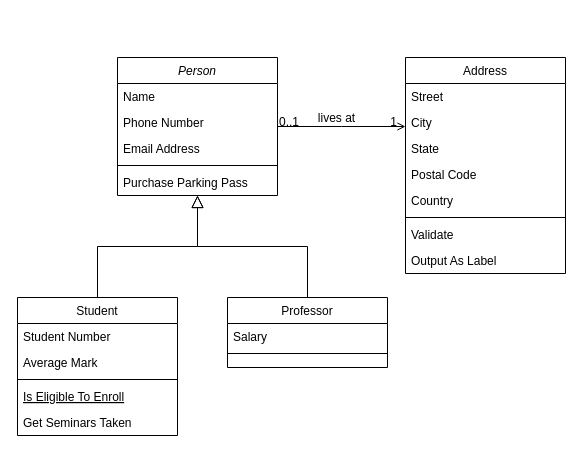
Above: Diagram/Class Diagram.drawio in jonathanha52/SE104.L23.PMCL (draw.io), before the change. Source tidied: cells renumbered, new cells numbered last; positions are measured from the earlier drawing's top-left corner, leaving out a move shared by most shapes. Both pictures are drawn from the tidied source at 100%, with x=0, y=0 at pixel (17, 57).
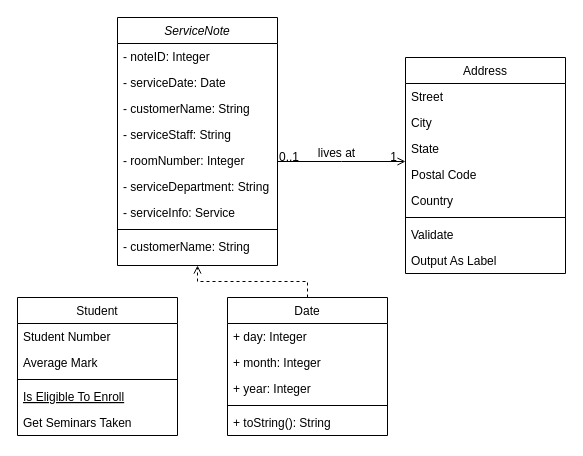
The same diagram, later.

The change refers to these unchanged cells:
```xml
<mxCell id="8" value="Student" style="swimlane;fontStyle=0;align=center;verticalAlign=top;horizontal=1;startSize=26;rounded=0;shadow=0;strokeWidth=1;" parent="1" vertex="1">
  <mxGeometry y="240" width="160" height="138" as="geometry" />
</mxCell>
```

Diff of the diagram source:
```diff
@@
-    <mxCell id="2" value="Person" style="swimlane;fontStyle=2;align=center;verticalAlign=top;horizontal=1;startSize=26;rounded=0;shadow=0;strokeWidth=1;" parent="1" vertex="1">
-      <mxGeometry x="100" width="160" height="138" as="geometry" />
+    <mxCell id="2" value="ServiceNote" style="swimlane;fontStyle=2;align=center;verticalAlign=top;horizontal=1;startSize=26;rounded=0;shadow=0;strokeWidth=1;" parent="1" vertex="1">
+      <mxGeometry x="100" y="-40" width="160" height="248" as="geometry" />
     </mxCell>
-    <mxCell id="3" value="Name" style="text;align=left;verticalAlign=top;spacingLeft=4;spacingRight=4;overflow=hidden;" parent="2" vertex="1">
+    <mxCell id="3" value="- noteID: Integer" style="text;align=left;verticalAlign=top;spacingLeft=4;spacingRight=4;overflow=hidden;" parent="2" vertex="1">
       <mxGeometry y="26" width="160" height="26" as="geometry" />
     </mxCell>
-    <mxCell id="4" value="Phone Number" style="text;align=left;verticalAlign=top;spacingLeft=4;spacingRight=4;overflow=hidden;rounded=0;shadow=0;html=0;" parent="2" vertex="1">
+    <mxCell id="4" value="- serviceDate: Date" style="text;align=left;verticalAlign=top;spacingLeft=4;spacingRight=4;overflow=hidden;rounded=0;shadow=0;html=0;" parent="2" vertex="1">
       <mxGeometry y="52" width="160" height="26" as="geometry" />
     </mxCell>
-    <mxCell id="5" value="Email Address" style="text;align=left;verticalAlign=top;spacingLeft=4;spacingRight=4;overflow=hidden;rounded=0;shadow=0;html=0;" parent="2" vertex="1">
+    <mxCell id="5" value="- customerName: String" style="text;align=left;verticalAlign=top;spacingLeft=4;spacingRight=4;overflow=hidden;rounded=0;shadow=0;html=0;" parent="2" vertex="1">
       <mxGeometry y="78" width="160" height="26" as="geometry" />
     </mxCell>
+    <mxCell id="32" value="- serviceStaff: String" style="text;align=left;verticalAlign=top;spacingLeft=4;spacingRight=4;overflow=hidden;" parent="2" vertex="1">
+      <mxGeometry y="104" width="160" height="26" as="geometry" />
+    </mxCell>
+    <mxCell id="33" value="- roomNumber: Integer" style="text;align=left;verticalAlign=top;spacingLeft=4;spacingRight=4;overflow=hidden;" parent="2" vertex="1">
+      <mxGeometry y="130" width="160" height="26" as="geometry" />
+    </mxCell>
+    <mxCell id="34" value="- serviceDepartment: String" style="text;align=left;verticalAlign=top;spacingLeft=4;spacingRight=4;overflow=hidden;" parent="2" vertex="1">
+      <mxGeometry y="156" width="160" height="26" as="geometry" />
+    </mxCell>
+    <mxCell id="7" value="- serviceInfo: Service" style="text;align=left;verticalAlign=top;spacingLeft=4;spacingRight=4;overflow=hidden;" parent="2" vertex="1">
+      <mxGeometry y="182" width="160" height="26" as="geometry" />
+    </mxCell>
     <mxCell id="6" style="line;html=1;strokeWidth=1;align=left;verticalAlign=middle;spacingTop=-1;spacingLeft=3;spacingRight=3;labelPosition=right;" parent="2" vertex="1">
-      <mxGeometry y="104" width="160" height="8" as="geometry" />
+      <mxGeometry y="208" width="160" height="8" as="geometry" />
     </mxCell>
-    <mxCell id="7" value="Purchase Parking Pass" style="text;align=left;verticalAlign=top;spacingLeft=4;spacingRight=4;overflow=hidden;" parent="2" vertex="1">
-      <mxGeometry y="112" width="160" height="26" as="geometry" />
-    </mxCell>
+    <mxCell id="35" value="- customerName: String" style="text;align=left;verticalAlign=top;spacingLeft=4;spacingRight=4;overflow=hidden;rounded=0;shadow=0;html=0;" parent="2" vertex="1">
+      <mxGeometry y="216" width="160" height="32" as="geometry" />
+    </mxCell>
@@
-    <mxCell id="14" style="endArrow=block;endSize=10;endFill=0;shadow=0;strokeWidth=1;rounded=0;edgeStyle=elbowEdgeStyle;elbow=vertical;" parent="1" edge="1" source="8" target="2">
-      <mxGeometry relative="1" as="geometry" />
-    </mxCell>
-    <mxCell id="15" value="Professor" style="swimlane;fontStyle=0;align=center;verticalAlign=top;horizontal=1;startSize=26;rounded=0;shadow=0;strokeWidth=1;" parent="1" vertex="1">
-      <mxGeometry x="210" y="240" width="160" height="70" as="geometry" />
+    <mxCell id="15" value="Date" style="swimlane;fontStyle=0;align=center;verticalAlign=top;horizontal=1;startSize=26;rounded=0;shadow=0;strokeWidth=1;" parent="1" vertex="1">
+      <mxGeometry x="210" y="240" width="160" height="138" as="geometry" />
     </mxCell>
-    <mxCell id="16" value="Salary" style="text;align=left;verticalAlign=top;spacingLeft=4;spacingRight=4;overflow=hidden;" parent="15" vertex="1">
+    <mxCell id="16" value="+ day: Integer" style="text;align=left;verticalAlign=top;spacingLeft=4;spacingRight=4;overflow=hidden;" parent="15" vertex="1">
       <mxGeometry y="26" width="160" height="26" as="geometry" />
     </mxCell>
+    <mxCell id="36" value="+ month: Integer" style="text;align=left;verticalAlign=top;spacingLeft=4;spacingRight=4;overflow=hidden;" parent="15" vertex="1">
+      <mxGeometry y="52" width="160" height="26" as="geometry" />
+    </mxCell>
+    <mxCell id="37" value="+ year: Integer" style="text;align=left;verticalAlign=top;spacingLeft=4;spacingRight=4;overflow=hidden;" parent="15" vertex="1">
+      <mxGeometry y="78" width="160" height="26" as="geometry" />
+    </mxCell>
     <mxCell id="17" style="line;html=1;strokeWidth=1;align=left;verticalAlign=middle;spacingTop=-1;spacingLeft=3;spacingRight=3;labelPosition=right;" parent="15" vertex="1">
-      <mxGeometry y="52" width="160" height="8" as="geometry" />
+      <mxGeometry y="104" width="160" height="8" as="geometry" />
     </mxCell>
+    <mxCell id="38" value="+ toString(): String" style="text;align=left;verticalAlign=top;spacingLeft=4;spacingRight=4;overflow=hidden;" parent="15" vertex="1">
+      <mxGeometry y="112" width="160" height="26" as="geometry" />
+    </mxCell>
-    <mxCell id="18" style="endArrow=block;endSize=10;endFill=0;shadow=0;strokeWidth=1;rounded=0;edgeStyle=elbowEdgeStyle;elbow=vertical;" parent="1" edge="1" source="15" target="2">
+    <mxCell id="18" style="endArrow=open;endFill=0;shadow=0;strokeWidth=1;rounded=0;edgeStyle=elbowEdgeStyle;elbow=vertical;dashed=1;" parent="1" edge="1" source="15" target="2">
       <mxGeometry relative="1" as="geometry" />
     </mxCell>
```
